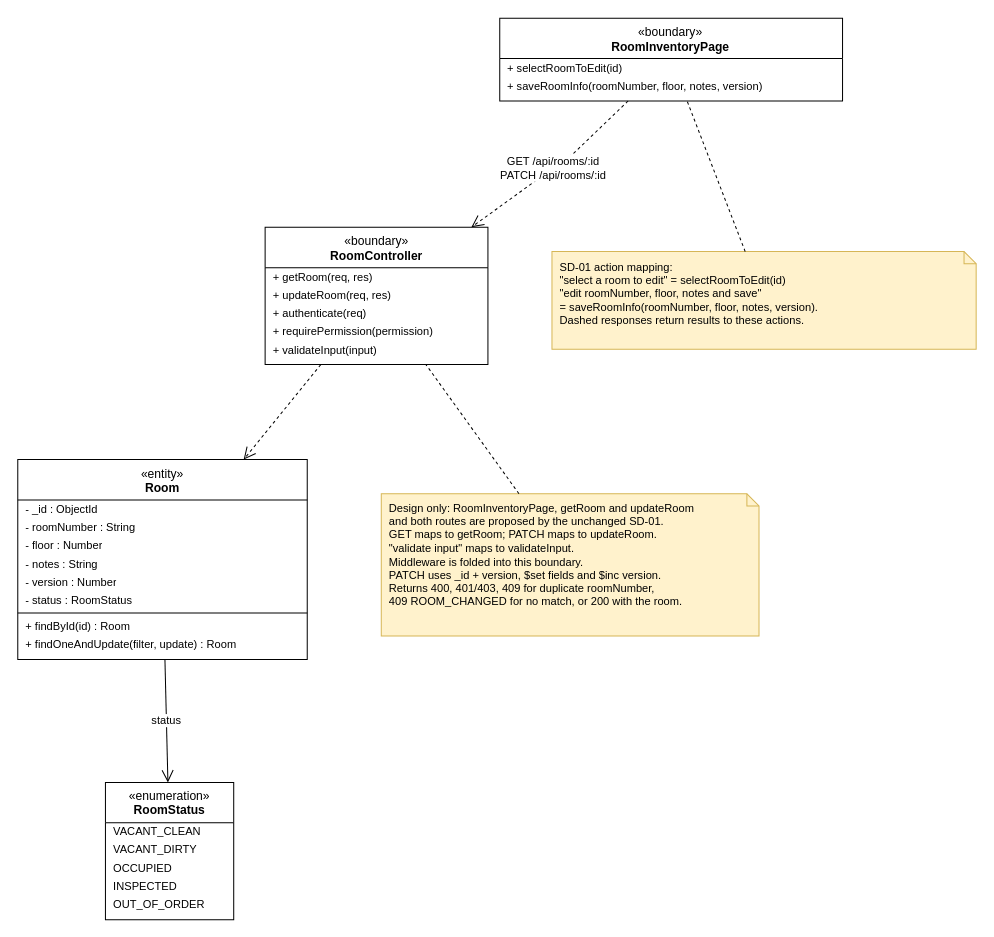
toikobi401/SWD392 keeps this draw.io diagram as final/diagrams/M1_Inventory-And-Pricing_Diagrams/class_diagrams/CD-01_UC-M09_UpdateRoomInfo.drawio. Above is the earlier version. Source tidied: cells renumbered, new cells numbered last; positions are measured from the earlier drawing's top-left corner, leaving out a move shared by most shapes. Both pictures are drawn from the tidied source at 101%, with x=0, y=0 at pixel (17, 17).
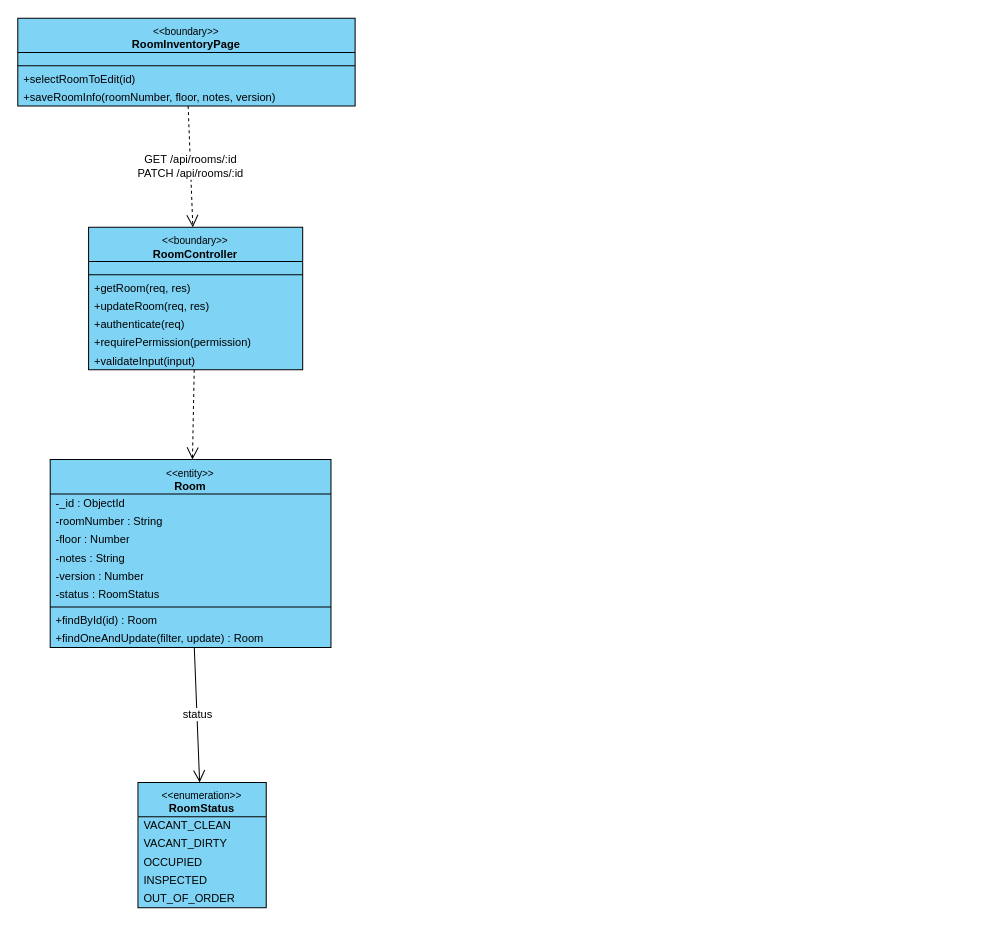
The same diagram, later.

Change to the diagram source:
```diff
@@
-    <mxCell id="2" value="«boundary»&lt;br&gt;&lt;b&gt;RoomInventoryPage&lt;/b&gt;" style="swimlane;fontStyle=0;align=center;verticalAlign=top;horizontal=1;startSize=40;html=1;whiteSpace=wrap;fontSize=12;" parent="1" vertex="1">
-      <mxGeometry x="477.3" y="0.5" width="339.4" height="82" as="geometry" />
+    <mxCell id="2" value="&lt;font style=&quot;font-size:10px&quot;&gt;&amp;lt;&amp;lt;boundary&amp;gt;&amp;gt;&lt;/font&gt;&lt;br&gt;&lt;b&gt;RoomInventoryPage&lt;/b&gt;" style="swimlane;fontStyle=0;align=center;verticalAlign=top;horizontal=1;startSize=34;html=1;whiteSpace=wrap;fontSize=11;fillColor=#7fd3f5;swimlaneFillColor=#7fd3f5;strokeColor=#000000;" parent="1" vertex="1">
+      <mxGeometry x="0.1" y="0.5" width="334" height="87" as="geometry" />
     </mxCell>
+    <mxCell id="34" style="text;strokeColor=none;fillColor=none;html=1;" parent="2" vertex="1">
+      <mxGeometry y="34" width="334" height="9" as="geometry" />
+    </mxCell>
+    <mxCell id="35" style="line;strokeWidth=1;fillColor=none;align=left;verticalAlign=middle;spacingTop=-1;spacingLeft=3;spacingRight=3;labelPosition=right;strokeColor=#000000;" parent="2" vertex="1">
+      <mxGeometry y="43" width="334" height="8" as="geometry" />
+    </mxCell>
-    <mxCell id="3" value="+ selectRoomToEdit(id)" style="text;strokeColor=none;fillColor=none;align=left;verticalAlign=middle;spacingLeft=6;spacingRight=4;overflow=hidden;whiteSpace=nowrap;html=1;fontSize=11;" parent="2" vertex="1">
-      <mxGeometry y="40" width="339.4" height="18" as="geometry" />
+    <mxCell id="3" value="+selectRoomToEdit(id)" style="text;strokeColor=none;fillColor=none;align=left;verticalAlign=middle;spacingLeft=4;spacingRight=4;overflow=hidden;whiteSpace=nowrap;html=1;fontSize=11;" parent="2" vertex="1">
+      <mxGeometry y="51" width="334" height="18" as="geometry" />
     </mxCell>
-    <mxCell id="4" value="+ saveRoomInfo(roomNumber, floor, notes, version)" style="text;strokeColor=none;fillColor=none;align=left;verticalAlign=middle;spacingLeft=6;spacingRight=4;overflow=hidden;whiteSpace=nowrap;html=1;fontSize=11;" parent="2" vertex="1">
-      <mxGeometry y="58" width="339.4" height="18" as="geometry" />
+    <mxCell id="4" value="+saveRoomInfo(roomNumber, floor, notes, version)" style="text;strokeColor=none;fillColor=none;align=left;verticalAlign=middle;spacingLeft=4;spacingRight=4;overflow=hidden;whiteSpace=nowrap;html=1;fontSize=11;" parent="2" vertex="1">
+      <mxGeometry y="69" width="334" height="18" as="geometry" />
     </mxCell>
-    <mxCell id="5" value="«boundary»&lt;br&gt;&lt;b&gt;RoomController&lt;/b&gt;" style="swimlane;fontStyle=0;align=center;verticalAlign=top;horizontal=1;startSize=40;html=1;whiteSpace=wrap;fontSize=12;" parent="1" vertex="1">
-      <mxGeometry x="245" y="207.5" width="220.6" height="136" as="geometry" />
+    <mxCell id="5" value="&lt;font style=&quot;font-size:10px&quot;&gt;&amp;lt;&amp;lt;boundary&amp;gt;&amp;gt;&lt;/font&gt;&lt;br&gt;&lt;b&gt;RoomController&lt;/b&gt;" style="swimlane;fontStyle=0;align=center;verticalAlign=top;horizontal=1;startSize=34;html=1;whiteSpace=wrap;fontSize=11;fillColor=#7fd3f5;swimlaneFillColor=#7fd3f5;strokeColor=#000000;" parent="1" vertex="1">
+      <mxGeometry x="70.2" y="207.5" width="212" height="141" as="geometry" />
     </mxCell>
+    <mxCell id="36" style="text;strokeColor=none;fillColor=none;html=1;" parent="5" vertex="1">
+      <mxGeometry y="34" width="212" height="9" as="geometry" />
+    </mxCell>
+    <mxCell id="37" style="line;strokeWidth=1;fillColor=none;align=left;verticalAlign=middle;spacingTop=-1;spacingLeft=3;spacingRight=3;labelPosition=right;strokeColor=#000000;" parent="5" vertex="1">
+      <mxGeometry y="43" width="212" height="8" as="geometry" />
+    </mxCell>
-    <mxCell id="6" value="+ getRoom(req, res)" style="text;strokeColor=none;fillColor=none;align=left;verticalAlign=middle;spacingLeft=6;spacingRight=4;overflow=hidden;whiteSpace=nowrap;html=1;fontSize=11;" parent="5" vertex="1">
-      <mxGeometry y="40" width="220.6" height="18" as="geometry" />
+    <mxCell id="6" value="+getRoom(req, res)" style="text;strokeColor=none;fillColor=none;align=left;verticalAlign=middle;spacingLeft=4;spacingRight=4;overflow=hidden;whiteSpace=nowrap;html=1;fontSize=11;" parent="5" vertex="1">
+      <mxGeometry y="51" width="212" height="18" as="geometry" />
     </mxCell>
-    <mxCell id="7" value="+ updateRoom(req, res)" style="text;strokeColor=none;fillColor=none;align=left;verticalAlign=middle;spacingLeft=6;spacingRight=4;overflow=hidden;whiteSpace=nowrap;html=1;fontSize=11;" parent="5" vertex="1">
-      <mxGeometry y="58" width="220.6" height="18" as="geometry" />
+    <mxCell id="7" value="+updateRoom(req, res)" style="text;strokeColor=none;fillColor=none;align=left;verticalAlign=middle;spacingLeft=4;spacingRight=4;overflow=hidden;whiteSpace=nowrap;html=1;fontSize=11;" parent="5" vertex="1">
+      <mxGeometry y="69" width="212" height="18" as="geometry" />
     </mxCell>
-    <mxCell id="8" value="+ authenticate(req)" style="text;strokeColor=none;fillColor=none;align=left;verticalAlign=middle;spacingLeft=6;spacingRight=4;overflow=hidden;whiteSpace=nowrap;html=1;fontSize=11;" parent="5" vertex="1">
-      <mxGeometry y="76" width="220.6" height="18" as="geometry" />
+    <mxCell id="8" value="+authenticate(req)" style="text;strokeColor=none;fillColor=none;align=left;verticalAlign=middle;spacingLeft=4;spacingRight=4;overflow=hidden;whiteSpace=nowrap;html=1;fontSize=11;" parent="5" vertex="1">
+      <mxGeometry y="87" width="212" height="18" as="geometry" />
     </mxCell>
-    <mxCell id="9" value="+ requirePermission(permission)" style="text;strokeColor=none;fillColor=none;align=left;verticalAlign=middle;spacingLeft=6;spacingRight=4;overflow=hidden;whiteSpace=nowrap;html=1;fontSize=11;" parent="5" vertex="1">
-      <mxGeometry y="94" width="220.6" height="18" as="geometry" />
+    <mxCell id="9" value="+requirePermission(permission)" style="text;strokeColor=none;fillColor=none;align=left;verticalAlign=middle;spacingLeft=4;spacingRight=4;overflow=hidden;whiteSpace=nowrap;html=1;fontSize=11;" parent="5" vertex="1">
+      <mxGeometry y="105" width="212" height="18" as="geometry" />
     </mxCell>
-    <mxCell id="10" value="+ validateInput(input)" style="text;strokeColor=none;fillColor=none;align=left;verticalAlign=middle;spacingLeft=6;spacingRight=4;overflow=hidden;whiteSpace=nowrap;html=1;fontSize=11;" parent="5" vertex="1">
-      <mxGeometry y="112" width="220.6" height="18" as="geometry" />
+    <mxCell id="10" value="+validateInput(input)" style="text;strokeColor=none;fillColor=none;align=left;verticalAlign=middle;spacingLeft=4;spacingRight=4;overflow=hidden;whiteSpace=nowrap;html=1;fontSize=11;" parent="5" vertex="1">
+      <mxGeometry y="123" width="212" height="18" as="geometry" />
     </mxCell>
-    <mxCell id="11" value="«entity»&lt;br&gt;&lt;b&gt;Room&lt;/b&gt;" style="swimlane;fontStyle=0;align=center;verticalAlign=top;horizontal=1;startSize=40;html=1;whiteSpace=wrap;fontSize=12;" parent="1" vertex="1">
-      <mxGeometry x="0.1" y="437.5" width="286.6" height="198" as="geometry" />
+    <mxCell id="11" value="&lt;font style=&quot;font-size:10px&quot;&gt;&amp;lt;&amp;lt;entity&amp;gt;&amp;gt;&lt;/font&gt;&lt;br&gt;&lt;b&gt;Room&lt;/b&gt;" style="swimlane;fontStyle=0;align=center;verticalAlign=top;horizontal=1;startSize=34;html=1;whiteSpace=wrap;fontSize=11;fillColor=#7fd3f5;swimlaneFillColor=#7fd3f5;strokeColor=#000000;" parent="1" vertex="1">
+      <mxGeometry x="32.2" y="437.5" width="278" height="186" as="geometry" />
     </mxCell>
-    <mxCell id="12" value="- _id : ObjectId" style="text;strokeColor=none;fillColor=none;align=left;verticalAlign=middle;spacingLeft=6;spacingRight=4;overflow=hidden;whiteSpace=nowrap;html=1;fontSize=11;" parent="11" vertex="1">
-      <mxGeometry y="40" width="286.6" height="18" as="geometry" />
+    <mxCell id="12" value="-_id : ObjectId" style="text;strokeColor=none;fillColor=none;align=left;verticalAlign=middle;spacingLeft=4;spacingRight=4;overflow=hidden;whiteSpace=nowrap;html=1;fontSize=11;" parent="11" vertex="1">
+      <mxGeometry y="34" width="278" height="18" as="geometry" />
     </mxCell>
-    <mxCell id="13" value="- roomNumber : String" style="text;strokeColor=none;fillColor=none;align=left;verticalAlign=middle;spacingLeft=6;spacingRight=4;overflow=hidden;whiteSpace=nowrap;html=1;fontSize=11;" parent="11" vertex="1">
-      <mxGeometry y="58" width="286.6" height="18" as="geometry" />
+    <mxCell id="13" value="-roomNumber : String" style="text;strokeColor=none;fillColor=none;align=left;verticalAlign=middle;spacingLeft=4;spacingRight=4;overflow=hidden;whiteSpace=nowrap;html=1;fontSize=11;" parent="11" vertex="1">
+      <mxGeometry y="52" width="278" height="18" as="geometry" />
     </mxCell>
-    <mxCell id="14" value="- floor : Number" style="text;strokeColor=none;fillColor=none;align=left;verticalAlign=middle;spacingLeft=6;spacingRight=4;overflow=hidden;whiteSpace=nowrap;html=1;fontSize=11;" parent="11" vertex="1">
-      <mxGeometry y="76" width="286.6" height="18" as="geometry" />
+    <mxCell id="14" value="-floor : Number" style="text;strokeColor=none;fillColor=none;align=left;verticalAlign=middle;spacingLeft=4;spacingRight=4;overflow=hidden;whiteSpace=nowrap;html=1;fontSize=11;" parent="11" vertex="1">
+      <mxGeometry y="70" width="278" height="18" as="geometry" />
     </mxCell>
-    <mxCell id="15" value="- notes : String" style="text;strokeColor=none;fillColor=none;align=left;verticalAlign=middle;spacingLeft=6;spacingRight=4;overflow=hidden;whiteSpace=nowrap;html=1;fontSize=11;" parent="11" vertex="1">
-      <mxGeometry y="94" width="286.6" height="18" as="geometry" />
+    <mxCell id="15" value="-notes : String" style="text;strokeColor=none;fillColor=none;align=left;verticalAlign=middle;spacingLeft=4;spacingRight=4;overflow=hidden;whiteSpace=nowrap;html=1;fontSize=11;" parent="11" vertex="1">
+      <mxGeometry y="88" width="278" height="18" as="geometry" />
     </mxCell>
-    <mxCell id="16" value="- version : Number" style="text;strokeColor=none;fillColor=none;align=left;verticalAlign=middle;spacingLeft=6;spacingRight=4;overflow=hidden;whiteSpace=nowrap;html=1;fontSize=11;" parent="11" vertex="1">
-      <mxGeometry y="112" width="286.6" height="18" as="geometry" />
+    <mxCell id="16" value="-version : Number" style="text;strokeColor=none;fillColor=none;align=left;verticalAlign=middle;spacingLeft=4;spacingRight=4;overflow=hidden;whiteSpace=nowrap;html=1;fontSize=11;" parent="11" vertex="1">
+      <mxGeometry y="106" width="278" height="18" as="geometry" />
     </mxCell>
-    <mxCell id="17" value="- status : RoomStatus" style="text;strokeColor=none;fillColor=none;align=left;verticalAlign=middle;spacingLeft=6;spacingRight=4;overflow=hidden;whiteSpace=nowrap;html=1;fontSize=11;" parent="11" vertex="1">
-      <mxGeometry y="130" width="286.6" height="18" as="geometry" />
+    <mxCell id="17" value="-status : RoomStatus" style="text;strokeColor=none;fillColor=none;align=left;verticalAlign=middle;spacingLeft=4;spacingRight=4;overflow=hidden;whiteSpace=nowrap;html=1;fontSize=11;" parent="11" vertex="1">
+      <mxGeometry y="124" width="278" height="18" as="geometry" />
     </mxCell>
-    <mxCell id="18" style="line;strokeWidth=1;fillColor=none;align=left;verticalAlign=middle;spacingTop=-1;spacingLeft=3;spacingRight=3;labelPosition=right;strokeColor=inherit;" parent="11" vertex="1">
-      <mxGeometry y="148" width="286.6" height="8" as="geometry" />
+    <mxCell id="18" style="line;strokeWidth=1;fillColor=none;align=left;verticalAlign=middle;spacingTop=-1;spacingLeft=3;spacingRight=3;labelPosition=right;strokeColor=#000000;" parent="11" vertex="1">
+      <mxGeometry y="142" width="278" height="8" as="geometry" />
     </mxCell>
-    <mxCell id="19" value="+ findById(id) : Room" style="text;strokeColor=none;fillColor=none;align=left;verticalAlign=middle;spacingLeft=6;spacingRight=4;overflow=hidden;whiteSpace=nowrap;html=1;fontSize=11;" parent="11" vertex="1">
-      <mxGeometry y="156" width="286.6" height="18" as="geometry" />
+    <mxCell id="19" value="+findById(id) : Room" style="text;strokeColor=none;fillColor=none;align=left;verticalAlign=middle;spacingLeft=4;spacingRight=4;overflow=hidden;whiteSpace=nowrap;html=1;fontSize=11;" parent="11" vertex="1">
+      <mxGeometry y="150" width="278" height="18" as="geometry" />
     </mxCell>
-    <mxCell id="20" value="+ findOneAndUpdate(filter, update) : Room" style="text;strokeColor=none;fillColor=none;align=left;verticalAlign=middle;spacingLeft=6;spacingRight=4;overflow=hidden;whiteSpace=nowrap;html=1;fontSize=11;" parent="11" vertex="1">
-      <mxGeometry y="174" width="286.6" height="18" as="geometry" />
+    <mxCell id="20" value="+findOneAndUpdate(filter, update) : Room" style="text;strokeColor=none;fillColor=none;align=left;verticalAlign=middle;spacingLeft=4;spacingRight=4;overflow=hidden;whiteSpace=nowrap;html=1;fontSize=11;" parent="11" vertex="1">
+      <mxGeometry y="168" width="278" height="18" as="geometry" />
     </mxCell>
-    <mxCell id="21" value="«enumeration»&lt;br&gt;&lt;b&gt;RoomStatus&lt;/b&gt;" style="swimlane;fontStyle=0;align=center;verticalAlign=top;horizontal=1;startSize=40;html=1;whiteSpace=wrap;fontSize=12;" parent="1" vertex="1">
-      <mxGeometry x="86.9" y="757.2" width="127" height="136" as="geometry" />
+    <mxCell id="21" value="&lt;font style=&quot;font-size:10px&quot;&gt;&amp;lt;&amp;lt;enumeration&amp;gt;&amp;gt;&lt;/font&gt;&lt;br&gt;&lt;b&gt;RoomStatus&lt;/b&gt;" style="swimlane;fontStyle=0;align=center;verticalAlign=top;horizontal=1;startSize=34;html=1;whiteSpace=wrap;fontSize=11;fillColor=#7fd3f5;swimlaneFillColor=#7fd3f5;strokeColor=#000000;" parent="1" vertex="1">
+      <mxGeometry x="119.1" y="757.2" width="127" height="124" as="geometry" />
     </mxCell>
-    <mxCell id="22" value="VACANT_CLEAN" style="text;strokeColor=none;fillColor=none;align=left;verticalAlign=middle;spacingLeft=6;spacingRight=4;overflow=hidden;whiteSpace=nowrap;html=1;fontSize=11;" parent="21" vertex="1">
-      <mxGeometry y="40" width="127" height="18" as="geometry" />
+    <mxCell id="22" value="VACANT_CLEAN" style="text;strokeColor=none;fillColor=none;align=left;verticalAlign=middle;spacingLeft=4;spacingRight=4;overflow=hidden;whiteSpace=nowrap;html=1;fontSize=11;" parent="21" vertex="1">
+      <mxGeometry y="34" width="127" height="18" as="geometry" />
     </mxCell>
-    <mxCell id="23" value="VACANT_DIRTY" style="text;strokeColor=none;fillColor=none;align=left;verticalAlign=middle;spacingLeft=6;spacingRight=4;overflow=hidden;whiteSpace=nowrap;html=1;fontSize=11;" parent="21" vertex="1">
-      <mxGeometry y="58" width="127" height="18" as="geometry" />
+    <mxCell id="23" value="VACANT_DIRTY" style="text;strokeColor=none;fillColor=none;align=left;verticalAlign=middle;spacingLeft=4;spacingRight=4;overflow=hidden;whiteSpace=nowrap;html=1;fontSize=11;" parent="21" vertex="1">
+      <mxGeometry y="52" width="127" height="18" as="geometry" />
     </mxCell>
-    <mxCell id="24" value="OCCUPIED" style="text;strokeColor=none;fillColor=none;align=left;verticalAlign=middle;spacingLeft=6;spacingRight=4;overflow=hidden;whiteSpace=nowrap;html=1;fontSize=11;" parent="21" vertex="1">
-      <mxGeometry y="76" width="127" height="18" as="geometry" />
+    <mxCell id="24" value="OCCUPIED" style="text;strokeColor=none;fillColor=none;align=left;verticalAlign=middle;spacingLeft=4;spacingRight=4;overflow=hidden;whiteSpace=nowrap;html=1;fontSize=11;" parent="21" vertex="1">
+      <mxGeometry y="70" width="127" height="18" as="geometry" />
     </mxCell>
-    <mxCell id="25" value="INSPECTED" style="text;strokeColor=none;fillColor=none;align=left;verticalAlign=middle;spacingLeft=6;spacingRight=4;overflow=hidden;whiteSpace=nowrap;html=1;fontSize=11;" parent="21" vertex="1">
-      <mxGeometry y="94" width="127" height="18" as="geometry" />
+    <mxCell id="25" value="INSPECTED" style="text;strokeColor=none;fillColor=none;align=left;verticalAlign=middle;spacingLeft=4;spacingRight=4;overflow=hidden;whiteSpace=nowrap;html=1;fontSize=11;" parent="21" vertex="1">
+      <mxGeometry y="88" width="127" height="18" as="geometry" />
     </mxCell>
-    <mxCell id="26" value="OUT_OF_ORDER" style="text;strokeColor=none;fillColor=none;align=left;verticalAlign=middle;spacingLeft=6;spacingRight=4;overflow=hidden;whiteSpace=nowrap;html=1;fontSize=11;" parent="21" vertex="1">
-      <mxGeometry y="112" width="127" height="18" as="geometry" />
+    <mxCell id="26" value="OUT_OF_ORDER" style="text;strokeColor=none;fillColor=none;align=left;verticalAlign=middle;spacingLeft=4;spacingRight=4;overflow=hidden;whiteSpace=nowrap;html=1;fontSize=11;" parent="21" vertex="1">
+      <mxGeometry y="106" width="127" height="18" as="geometry" />
     </mxCell>
-    <mxCell id="27" value="SD-01 action mapping:&lt;br&gt;&quot;select a room to edit&quot; = selectRoomToEdit(id)&lt;br&gt;&quot;edit roomNumber, floor, notes and save&quot;&lt;br&gt;= saveRoomInfo(roomNumber, floor, notes, version).&lt;br&gt;Dashed responses return results to these actions." style="shape=note;whiteSpace=wrap;html=1;size=12;align=left;verticalAlign=top;spacingLeft=6;spacingTop=2;fontSize=11;fillColor=#fff2cc;strokeColor=#d6b656;" parent="1" vertex="1">
-      <mxGeometry x="529" y="231.6" width="420" height="96.8" as="geometry" />
-    </mxCell>
-    <mxCell id="28" style="endArrow=none;dashed=1;html=1;rounded=0;" parent="1" edge="1" source="27" target="2">
-      <mxGeometry relative="1" as="geometry" />
-    </mxCell>
-    <mxCell id="29" value="Design only: RoomInventoryPage, getRoom and updateRoom&lt;br&gt;and both routes are proposed by the unchanged SD-01.&lt;br&gt;GET maps to getRoom; PATCH maps to updateRoom.&lt;br&gt;&quot;validate input&quot; maps to validateInput.&lt;br&gt;Middleware is folded into this boundary.&lt;br&gt;PATCH uses _id + version, $set fields and $inc version.&lt;br&gt;Returns 400, 401/403, 409 for duplicate roomNumber,&lt;br&gt;409 ROOM_CHANGED for no match, or 200 with the room." style="shape=note;whiteSpace=wrap;html=1;size=12;align=left;verticalAlign=top;spacingLeft=6;spacingTop=2;fontSize=11;fillColor=#fff2cc;strokeColor=#d6b656;" parent="1" vertex="1">
-      <mxGeometry x="360" y="471.4" width="374" height="140.8" as="geometry" />
-    </mxCell>
-    <mxCell id="30" style="endArrow=none;dashed=1;html=1;rounded=0;" parent="1" edge="1" source="29" target="5">
-      <mxGeometry relative="1" as="geometry" />
-    </mxCell>
     <mxCell id="31" value="GET /api/rooms/:id&lt;br&gt;PATCH /api/rooms/:id" style="html=1;rounded=0;fontSize=11;labelBackgroundColor=#ffffff;dashed=1;endArrow=open;endSize=10;" parent="1" edge="1" source="2" target="5">
-      <mxGeometry relative="1" as="geometry">
-        <Array as="points">
-          <mxPoint x="550.9" y="133.9" />
-        </Array>
-      </mxGeometry>
+      <mxGeometry relative="1" as="geometry" />
     </mxCell>
```
